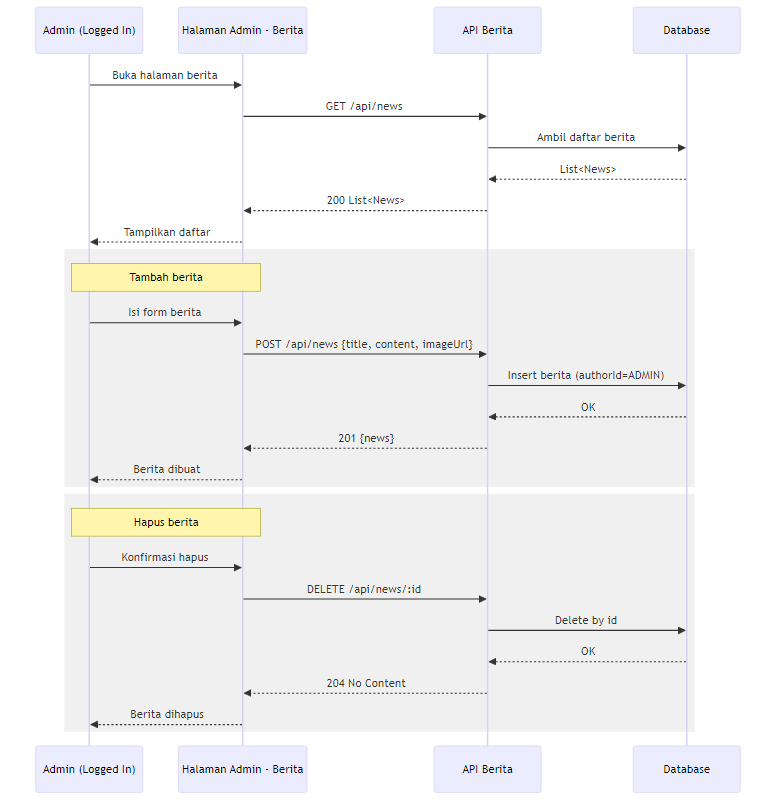
Earlier version of the Mermaid export public/diagrams/seq_manajemen_berita.png (QilAqil/PPTB_BQ). Its source is kept beside it as diagrams/seq_manajemen_berita.mmd.
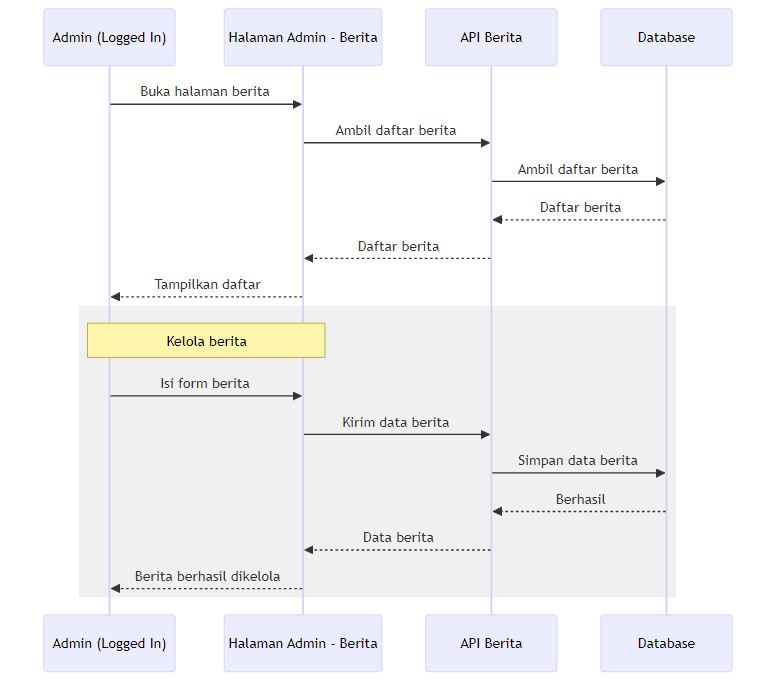
Later version of the same file.

Diff of the diagram source:
```diff
@@ -5,28 +5,18 @@
   participant DB as Database
 
   A->>UI: Buka halaman berita
-  UI->>API: GET /api/news
+  UI->>API: Ambil daftar berita
   API->>DB: Ambil daftar berita
-  DB-->>API: List<News>
-  API-->>UI: 200 List<News>
+  DB-->>API: Daftar berita
+  API-->>UI: Daftar berita
   UI-->>A: Tampilkan daftar
 
   rect rgb(240,240,240)
-    note over A,UI: Tambah berita
+    note over A,UI: Kelola berita
     A->>UI: Isi form berita
-    UI->>API: POST /api/news {title, content, imageUrl}
-    API->>DB: Insert berita (authorId=ADMIN)
-    DB-->>API: OK
-    API-->>UI: 201 {news}
-    UI-->>A: Berita dibuat
+    UI->>API: Kirim data berita
+    API->>DB: Simpan data berita
+    DB-->>API: Berhasil
+    API-->>UI: Data berita
+    UI-->>A: Berita berhasil dikelola
   end
-
-  rect rgb(240,240,240)
-    note over A,UI: Hapus berita
-    A->>UI: Konfirmasi hapus
-    UI->>API: DELETE /api/news/:id
-    API->>DB: Delete by id
-    DB-->>API: OK
-    API-->>UI: 204 No Content
-    UI-->>A: Berita dihapus
-  end
```
